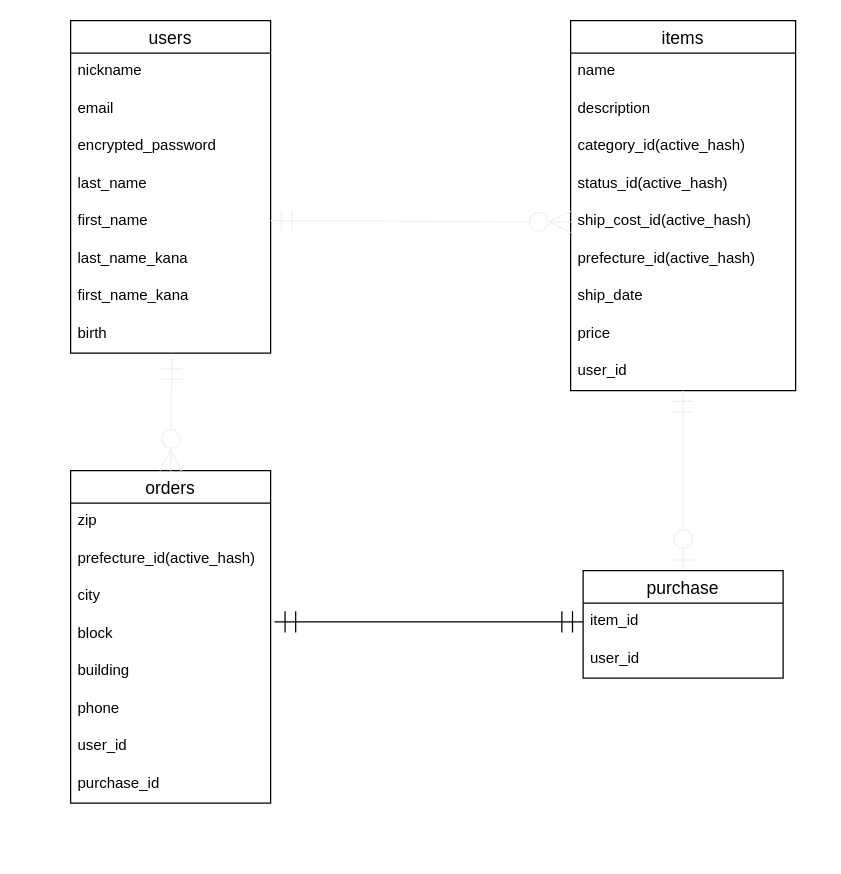
This is furima.dio from Tatsuya9156/furima-33498, a draw.io file, before an edit. Source tidied: cells renumbered, new cells numbered last; positions are measured from the earlier drawing's top-left corner, leaving out a move shared by most shapes. Both pictures are drawn from the tidied source at 125%, with x=0, y=0 at pixel (70, 20).
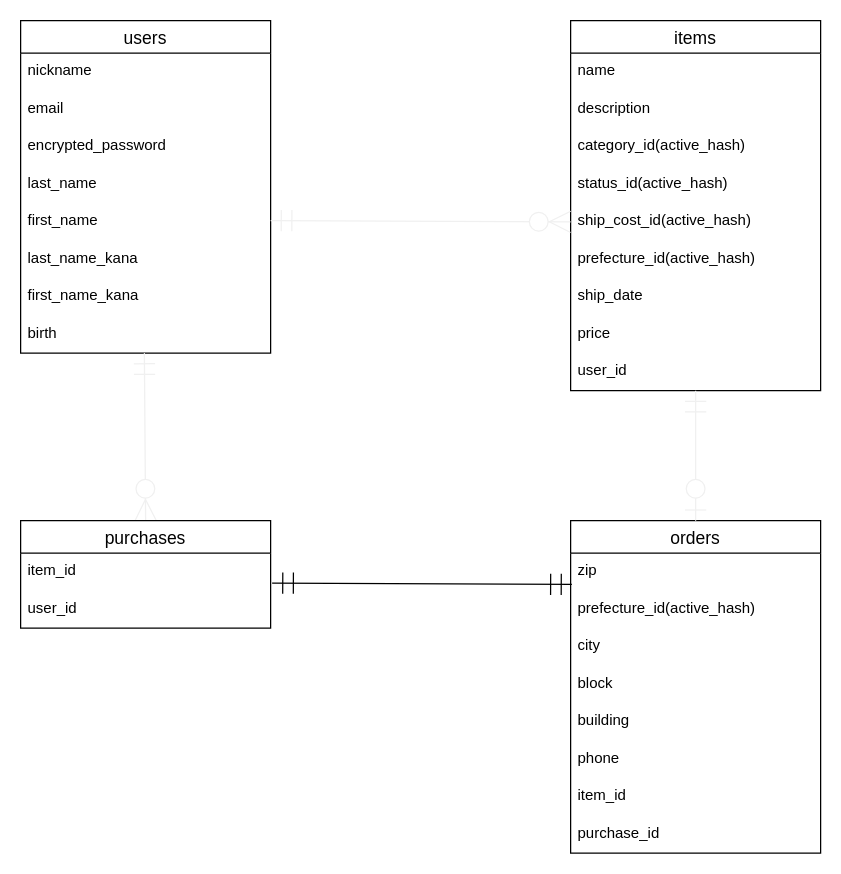
The same diagram, later.

Commit message (it also covers changes not shown here):
ordersテーブルとpurchasesテーブルのアソシエーションの修正

What changed in the source:
```diff
@@
     <mxCell id="2" value="users" style="swimlane;fontStyle=0;horizontal=1;startSize=26;align=center;fontSize=14;" parent="1" vertex="1">
-      <mxGeometry width="160" height="266" as="geometry" />
+      <mxGeometry x="-40" width="200" height="266" as="geometry" />
     </mxCell>
     <mxCell id="3" value="nickname" style="text;strokeColor=none;fillColor=none;spacingLeft=4;spacingRight=4;overflow=hidden;fontSize=12;" parent="2" vertex="1">
-      <mxGeometry y="26" width="160" height="30" as="geometry" />
+      <mxGeometry y="26" width="200" height="30" as="geometry" />
     </mxCell>
     <mxCell id="4" value="email" style="text;strokeColor=none;fillColor=none;spacingLeft=4;spacingRight=4;overflow=hidden;fontSize=12;" parent="2" vertex="1">
-      <mxGeometry y="56" width="160" height="30" as="geometry" />
+      <mxGeometry y="56" width="200" height="30" as="geometry" />
     </mxCell>
     <mxCell id="5" value="encrypted_password" style="text;strokeColor=none;fillColor=none;spacingLeft=4;spacingRight=4;overflow=hidden;fontSize=12;" parent="2" vertex="1">
-      <mxGeometry y="86" width="160" height="30" as="geometry" />
+      <mxGeometry y="86" width="200" height="30" as="geometry" />
     </mxCell>
     <mxCell id="6" value="last_name" style="text;strokeColor=none;fillColor=none;spacingLeft=4;spacingRight=4;overflow=hidden;fontSize=12;" parent="2" vertex="1">
-      <mxGeometry y="116" width="160" height="30" as="geometry" />
+      <mxGeometry y="116" width="200" height="30" as="geometry" />
     </mxCell>
     <mxCell id="7" value="first_name" style="text;strokeColor=none;fillColor=none;spacingLeft=4;spacingRight=4;overflow=hidden;fontSize=12;" parent="2" vertex="1">
-      <mxGeometry y="146" width="160" height="30" as="geometry" />
+      <mxGeometry y="146" width="200" height="30" as="geometry" />
     </mxCell>
     <mxCell id="8" value="last_name_kana" style="text;strokeColor=none;fillColor=none;spacingLeft=4;spacingRight=4;overflow=hidden;fontSize=12;" parent="2" vertex="1">
-      <mxGeometry y="176" width="160" height="30" as="geometry" />
+      <mxGeometry y="176" width="200" height="30" as="geometry" />
     </mxCell>
     <mxCell id="9" value="first_name_kana" style="text;strokeColor=none;fillColor=none;spacingLeft=4;spacingRight=4;overflow=hidden;fontSize=12;" parent="2" vertex="1">
-      <mxGeometry y="206" width="160" height="30" as="geometry" />
+      <mxGeometry y="206" width="200" height="30" as="geometry" />
     </mxCell>
     <mxCell id="10" value="birth" style="text;strokeColor=none;fillColor=none;spacingLeft=4;spacingRight=4;overflow=hidden;points=[[0,0.5],[1,0.5]];portConstraint=eastwest;fontSize=12;" parent="2" vertex="1">
-      <mxGeometry y="236" width="160" height="30" as="geometry" />
+      <mxGeometry y="236" width="200" height="30" as="geometry" />
     </mxCell>
     <mxCell id="11" value="items" style="swimlane;fontStyle=0;horizontal=1;startSize=26;align=center;fontSize=14;" parent="1" vertex="1">
-      <mxGeometry x="400" width="180" height="296" as="geometry" />
+      <mxGeometry x="400" width="200" height="296" as="geometry" />
     </mxCell>
     <mxCell id="12" value="name" style="text;strokeColor=none;fillColor=none;spacingLeft=4;spacingRight=4;overflow=hidden;fontSize=12;" parent="11" vertex="1">
-      <mxGeometry y="26" width="180" height="30" as="geometry" />
+      <mxGeometry y="26" width="200" height="30" as="geometry" />
     </mxCell>
     <mxCell id="13" value="description" style="text;strokeColor=none;fillColor=none;spacingLeft=4;spacingRight=4;overflow=hidden;fontSize=12;" parent="11" vertex="1">
-      <mxGeometry y="56" width="180" height="30" as="geometry" />
+      <mxGeometry y="56" width="200" height="30" as="geometry" />
     </mxCell>
     <mxCell id="14" value="category_id(active_hash)" style="text;strokeColor=none;fillColor=none;spacingLeft=4;spacingRight=4;overflow=hidden;fontSize=12;" parent="11" vertex="1">
-      <mxGeometry y="86" width="180" height="30" as="geometry" />
+      <mxGeometry y="86" width="200" height="30" as="geometry" />
     </mxCell>
     <mxCell id="15" value="status_id(active_hash)" style="text;strokeColor=none;fillColor=none;spacingLeft=4;spacingRight=4;overflow=hidden;fontSize=12;" parent="11" vertex="1">
-      <mxGeometry y="116" width="180" height="30" as="geometry" />
+      <mxGeometry y="116" width="200" height="30" as="geometry" />
     </mxCell>
     <mxCell id="16" value="ship_cost_id(active_hash)" style="text;strokeColor=none;fillColor=none;spacingLeft=4;spacingRight=4;overflow=hidden;points=[[0,0.5],[1,0.5]];portConstraint=eastwest;fontSize=12;" parent="11" vertex="1">
-      <mxGeometry y="146" width="180" height="30" as="geometry" />
+      <mxGeometry y="146" width="200" height="30" as="geometry" />
     </mxCell>
     <mxCell id="17" value="prefecture_id(active_hash)" style="text;strokeColor=none;fillColor=none;spacingLeft=4;spacingRight=4;overflow=hidden;fontSize=12;" parent="11" vertex="1">
-      <mxGeometry y="176" width="180" height="30" as="geometry" />
+      <mxGeometry y="176" width="200" height="30" as="geometry" />
     </mxCell>
     <mxCell id="18" value="ship_date" style="text;strokeColor=none;fillColor=none;spacingLeft=4;spacingRight=4;overflow=hidden;fontSize=12;" parent="11" vertex="1">
-      <mxGeometry y="206" width="180" height="30" as="geometry" />
+      <mxGeometry y="206" width="200" height="30" as="geometry" />
     </mxCell>
     <mxCell id="19" value="price" style="text;strokeColor=none;fillColor=none;spacingLeft=4;spacingRight=4;overflow=hidden;fontSize=12;" parent="11" vertex="1">
-      <mxGeometry y="236" width="180" height="30" as="geometry" />
+      <mxGeometry y="236" width="200" height="30" as="geometry" />
     </mxCell>
     <mxCell id="20" value="user_id" style="text;strokeColor=none;fillColor=none;spacingLeft=4;spacingRight=4;overflow=hidden;points=[[0,0.5],[1,0.5]];portConstraint=eastwest;fontSize=12;" parent="11" vertex="1">
-      <mxGeometry y="266" width="180" height="30" as="geometry" />
+      <mxGeometry y="266" width="200" height="30" as="geometry" />
     </mxCell>
     <mxCell id="21" value="orders" style="swimlane;fontStyle=0;horizontal=1;startSize=26;align=center;fontSize=14;" parent="1" vertex="1">
-      <mxGeometry y="360" width="160" height="266" as="geometry" />
+      <mxGeometry x="400" y="400" width="200" height="266" as="geometry" />
     </mxCell>
     <mxCell id="22" value="zip" style="text;strokeColor=none;fillColor=none;spacingLeft=4;spacingRight=4;overflow=hidden;points=[[0,0.5],[1,0.5]];portConstraint=eastwest;fontSize=12;" parent="21" vertex="1">
-      <mxGeometry y="26" width="160" height="30" as="geometry" />
+      <mxGeometry y="26" width="200" height="30" as="geometry" />
     </mxCell>
     <mxCell id="23" value="prefecture_id(active_hash)" style="text;strokeColor=none;fillColor=none;spacingLeft=4;spacingRight=4;overflow=hidden;fontSize=12;" parent="21" vertex="1">
-      <mxGeometry y="56" width="160" height="30" as="geometry" />
+      <mxGeometry y="56" width="200" height="30" as="geometry" />
     </mxCell>
     <mxCell id="24" value="city" style="text;strokeColor=none;fillColor=none;spacingLeft=4;spacingRight=4;overflow=hidden;fontSize=12;" parent="21" vertex="1">
-      <mxGeometry y="86" width="160" height="30" as="geometry" />
+      <mxGeometry y="86" width="200" height="30" as="geometry" />
     </mxCell>
     <mxCell id="25" value="block" style="text;strokeColor=none;fillColor=none;spacingLeft=4;spacingRight=4;overflow=hidden;points=[[0,0.5],[1,0.5]];portConstraint=eastwest;fontSize=12;" parent="21" vertex="1">
-      <mxGeometry y="116" width="160" height="30" as="geometry" />
+      <mxGeometry y="116" width="200" height="30" as="geometry" />
     </mxCell>
     <mxCell id="26" value="building" style="text;strokeColor=none;fillColor=none;spacingLeft=4;spacingRight=4;overflow=hidden;fontSize=12;" parent="21" vertex="1">
-      <mxGeometry y="146" width="160" height="30" as="geometry" />
+      <mxGeometry y="146" width="200" height="30" as="geometry" />
     </mxCell>
     <mxCell id="27" value="phone" style="text;strokeColor=none;fillColor=none;spacingLeft=4;spacingRight=4;overflow=hidden;fontSize=12;" parent="21" vertex="1">
-      <mxGeometry y="176" width="160" height="30" as="geometry" />
+      <mxGeometry y="176" width="200" height="30" as="geometry" />
     </mxCell>
-    <mxCell id="28" value="user_id" style="text;strokeColor=none;fillColor=none;spacingLeft=4;spacingRight=4;overflow=hidden;fontSize=12;" parent="21" vertex="1">
-      <mxGeometry y="206" width="160" height="30" as="geometry" />
+    <mxCell id="28" value="item_id" style="text;strokeColor=none;fillColor=none;spacingLeft=4;spacingRight=4;overflow=hidden;fontSize=12;" parent="21" vertex="1">
+      <mxGeometry y="206" width="200" height="30" as="geometry" />
     </mxCell>
     <mxCell id="29" value="purchase_id" style="text;strokeColor=none;fillColor=none;spacingLeft=4;spacingRight=4;overflow=hidden;fontSize=12;" parent="21" vertex="1">
-      <mxGeometry y="236" width="160" height="30" as="geometry" />
+      <mxGeometry y="236" width="200" height="30" as="geometry" />
     </mxCell>
-    <mxCell id="30" style="endArrow=ERmandOne;html=1;rounded=0;strokeColor=#f0f0f0;strokeWidth=1;endFill=0;startArrow=ERzeroToMany;startFill=1;endSize=15;startSize=15;exitX=0.5;exitY=0;exitDx=0;exitDy=0;entryX=0.506;entryY=1.133;entryDx=0;entryDy=0;entryPerimeter=0;" parent="1" edge="1" source="21" target="10">
+    <mxCell id="30" style="endArrow=ERmandOne;html=1;rounded=0;strokeColor=#f0f0f0;strokeWidth=1;endFill=0;startArrow=ERzeroToMany;startFill=1;endSize=15;startSize=15;exitX=0.5;exitY=0;exitDx=0;exitDy=0;entryX=0.495;entryY=1;entryDx=0;entryDy=0;entryPerimeter=0;" parent="1" edge="1" source="33" target="10">
       <mxGeometry relative="1" as="geometry" />
     </mxCell>
-    <mxCell id="31" style="endArrow=ERmandOne;html=1;rounded=1;strokeColor=#f0f0f0;strokeWidth=1;startArrow=ERzeroToOne;startFill=1;endFill=0;endSize=15;startSize=15;fontSize=12;entryX=0.5;entryY=1;entryDx=0;entryDy=0;entryPerimeter=0;exitX=0.5;exitY=0;exitDx=0;exitDy=0;" parent="1" edge="1" source="33" target="20">
+    <mxCell id="31" style="endArrow=ERmandOne;html=1;rounded=1;strokeColor=#f0f0f0;strokeWidth=1;startArrow=ERzeroToOne;startFill=1;endFill=0;endSize=15;startSize=15;fontSize=12;entryX=0.5;entryY=1;entryDx=0;entryDy=0;entryPerimeter=0;exitX=0.5;exitY=0;exitDx=0;exitDy=0;" parent="1" edge="1" source="21" target="20">
       <mxGeometry relative="1" as="geometry" />
     </mxCell>
@@
-    <mxCell id="33" value="purchase" style="swimlane;fontStyle=0;horizontal=1;startSize=26;align=center;fontSize=14;" parent="1" vertex="1">
-      <mxGeometry x="410" y="440" width="160" height="86" as="geometry" />
+    <mxCell id="33" value="purchases" style="swimlane;fontStyle=0;horizontal=1;startSize=26;align=center;fontSize=14;" parent="1" vertex="1">
+      <mxGeometry x="-40" y="400" width="200" height="86" as="geometry" />
     </mxCell>
     <mxCell id="34" value="item_id" style="text;strokeColor=none;fillColor=none;spacingLeft=4;spacingRight=4;overflow=hidden;points=[[0,0.5],[1,0.5]];portConstraint=eastwest;fontSize=12;" parent="33" vertex="1">
-      <mxGeometry y="26" width="160" height="30" as="geometry" />
+      <mxGeometry y="26" width="200" height="30" as="geometry" />
     </mxCell>
     <mxCell id="35" value="user_id" style="text;strokeColor=none;fillColor=none;spacingLeft=4;spacingRight=4;overflow=hidden;fontSize=12;" parent="33" vertex="1">
-      <mxGeometry y="56" width="160" height="30" as="geometry" />
+      <mxGeometry y="56" width="200" height="30" as="geometry" />
     </mxCell>
-    <mxCell id="36" style="endArrow=ERmandOne;html=1;rounded=0;startArrow=ERmandOne;startFill=0;endFill=0;endSize=15;startSize=15;entryX=0;entryY=0.5;entryDx=0;entryDy=0;exitX=1.019;exitY=0.167;exitDx=0;exitDy=0;exitPerimeter=0;" parent="1" edge="1" source="25" target="34">
+    <mxCell id="36" style="endArrow=ERmandOne;html=1;rounded=0;startArrow=ERmandOne;startFill=0;endFill=0;endSize=15;startSize=15;exitX=1.006;exitY=0.8;exitDx=0;exitDy=0;exitPerimeter=0;entryX=0.005;entryY=0.833;entryDx=0;entryDy=0;entryPerimeter=0;" parent="1" edge="1" source="34" target="22">
       <mxGeometry relative="1" as="geometry" />
     </mxCell>
```
